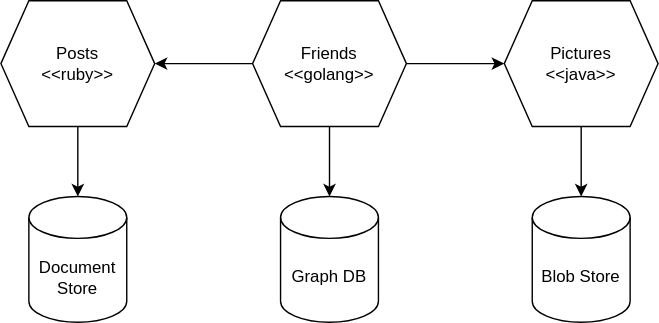
lamhq/cheat-sheet keeps this draw.io diagram as docs/se/architecture/microservices/tech-hetero.drawio.svg. Above is the earlier version. Source tidied: cells renumbered, new cells last; positions are measured from the earlier drawing's top-left corner, leaving out a move shared by most shapes.
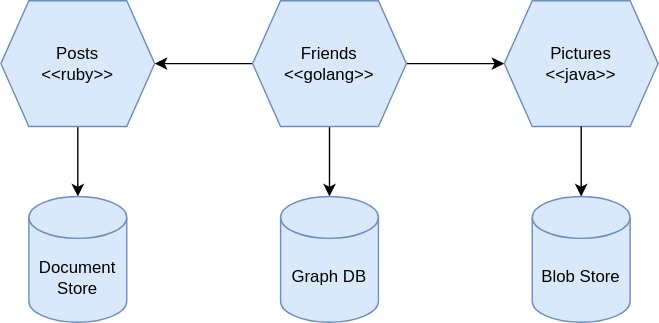
After the commit.

The edit, as a diff of the source:
```diff
@@ -5,7 +5,7 @@
     <mxCell id="2" style="edgeStyle=none;html=1;" parent="1" edge="1" source="3" target="9">
       <mxGeometry relative="1" as="geometry" />
     </mxCell>
-    <mxCell id="3" value="Posts&lt;br&gt;&amp;lt;&amp;lt;ruby&amp;gt;&amp;gt;" style="shape=hexagon;perimeter=hexagonPerimeter2;whiteSpace=wrap;html=1;fixedSize=1;" parent="1" vertex="1">
+    <mxCell id="3" value="Posts&lt;br&gt;&amp;lt;&amp;lt;ruby&amp;gt;&amp;gt;" style="shape=hexagon;perimeter=hexagonPerimeter2;whiteSpace=wrap;html=1;fixedSize=1;fillColor=#dae8fc;strokeColor=#6c8ebf;" parent="1" vertex="1">
       <mxGeometry width="110" height="90" as="geometry" />
     </mxCell>
     <mxCell id="4" style="edgeStyle=none;html=1;" parent="1" edge="1" source="7" target="10">
@@ -17,19 +17,19 @@
     <mxCell id="6" style="edgeStyle=none;html=1;" parent="1" edge="1" source="7" target="8">
       <mxGeometry relative="1" as="geometry" />
     </mxCell>
-    <mxCell id="7" value="Friends&lt;br&gt;&amp;lt;&amp;lt;golang&amp;gt;&amp;gt;" style="shape=hexagon;perimeter=hexagonPerimeter2;whiteSpace=wrap;html=1;fixedSize=1;" parent="1" vertex="1">
+    <mxCell id="7" value="Friends&lt;br&gt;&amp;lt;&amp;lt;golang&amp;gt;&amp;gt;" style="shape=hexagon;perimeter=hexagonPerimeter2;whiteSpace=wrap;html=1;fixedSize=1;fillColor=#dae8fc;strokeColor=#6c8ebf;" parent="1" vertex="1">
       <mxGeometry x="180" width="110" height="90" as="geometry" />
     </mxCell>
-    <mxCell id="8" value="Pictures&lt;br&gt;&amp;lt;&amp;lt;java&amp;gt;&amp;gt;" style="shape=hexagon;perimeter=hexagonPerimeter2;whiteSpace=wrap;html=1;fixedSize=1;" parent="1" vertex="1">
+    <mxCell id="8" value="Pictures&lt;br&gt;&amp;lt;&amp;lt;java&amp;gt;&amp;gt;" style="shape=hexagon;perimeter=hexagonPerimeter2;whiteSpace=wrap;html=1;fixedSize=1;fillColor=#dae8fc;strokeColor=#6c8ebf;" parent="1" vertex="1">
       <mxGeometry x="360" width="110" height="90" as="geometry" />
     </mxCell>
-    <mxCell id="9" value="Document Store" style="shape=cylinder3;whiteSpace=wrap;html=1;boundedLbl=1;backgroundOutline=1;size=15;" parent="1" vertex="1">
+    <mxCell id="9" value="Document Store" style="shape=cylinder3;whiteSpace=wrap;html=1;boundedLbl=1;backgroundOutline=1;size=15;fillColor=#dae8fc;strokeColor=#6c8ebf;" parent="1" vertex="1">
       <mxGeometry x="20" y="140" width="70" height="90" as="geometry" />
     </mxCell>
-    <mxCell id="10" value="Graph DB" style="shape=cylinder3;whiteSpace=wrap;html=1;boundedLbl=1;backgroundOutline=1;size=15;" parent="1" vertex="1">
+    <mxCell id="10" value="Graph DB" style="shape=cylinder3;whiteSpace=wrap;html=1;boundedLbl=1;backgroundOutline=1;size=15;fillColor=#dae8fc;strokeColor=#6c8ebf;" parent="1" vertex="1">
       <mxGeometry x="200" y="140" width="70" height="90" as="geometry" />
     </mxCell>
-    <mxCell id="11" value="Blob Store" style="shape=cylinder3;whiteSpace=wrap;html=1;boundedLbl=1;backgroundOutline=1;size=15;" parent="1" vertex="1">
+    <mxCell id="11" value="Blob Store" style="shape=cylinder3;whiteSpace=wrap;html=1;boundedLbl=1;backgroundOutline=1;size=15;fillColor=#dae8fc;strokeColor=#6c8ebf;" parent="1" vertex="1">
       <mxGeometry x="380" y="140" width="70" height="90" as="geometry" />
     </mxCell>
     <mxCell id="12" style="edgeStyle=none;html=1;entryX=0.5;entryY=0;entryDx=0;entryDy=0;entryPerimeter=0;" parent="1" edge="1" source="8" target="11">
```
